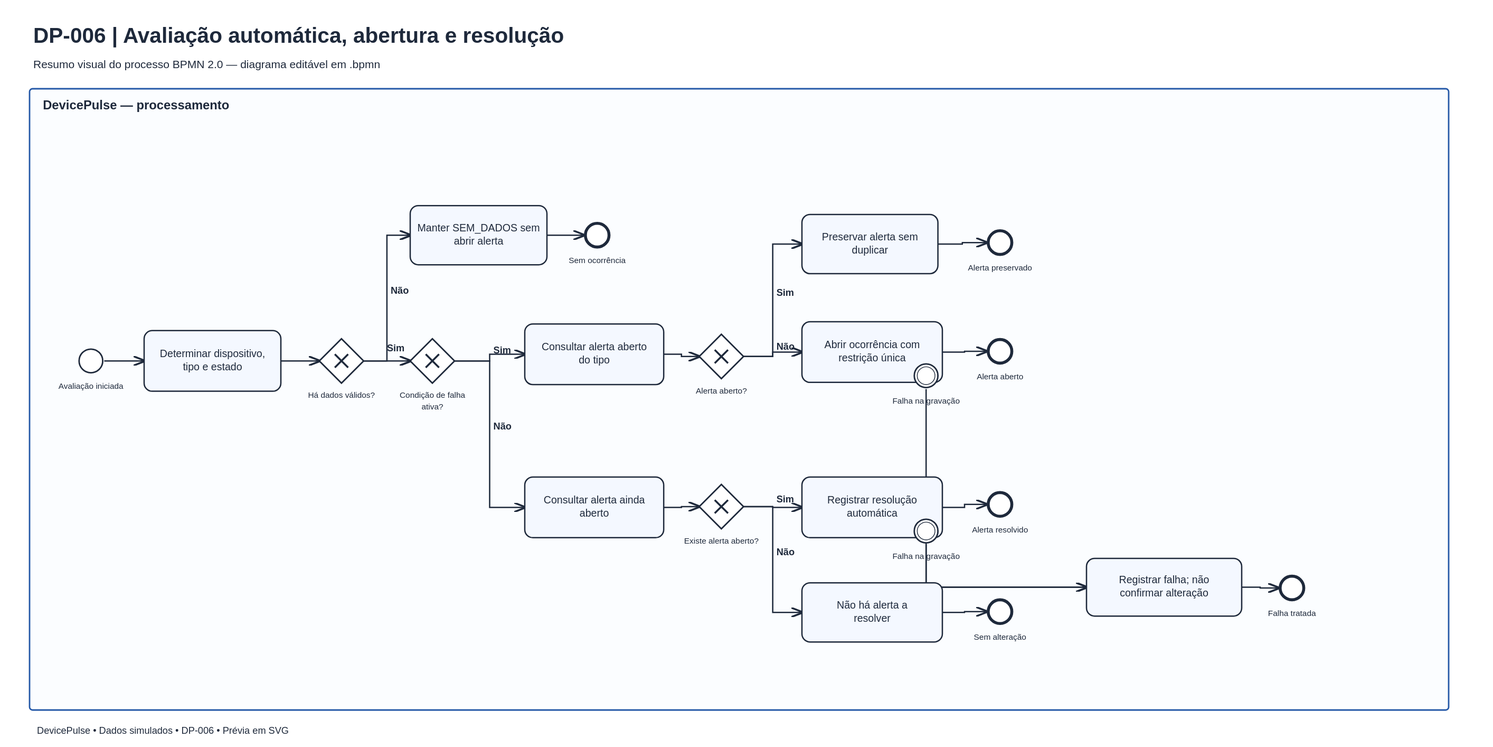
This is docs/bpmn/06-avaliacao-alertas.svg from agiovannamendes/devicepulse, a BPMN export, as it was before one commit. Its source is kept beside it as docs/bpmn/06-avaliacao-alertas.bpmn. Ids are renumbered.
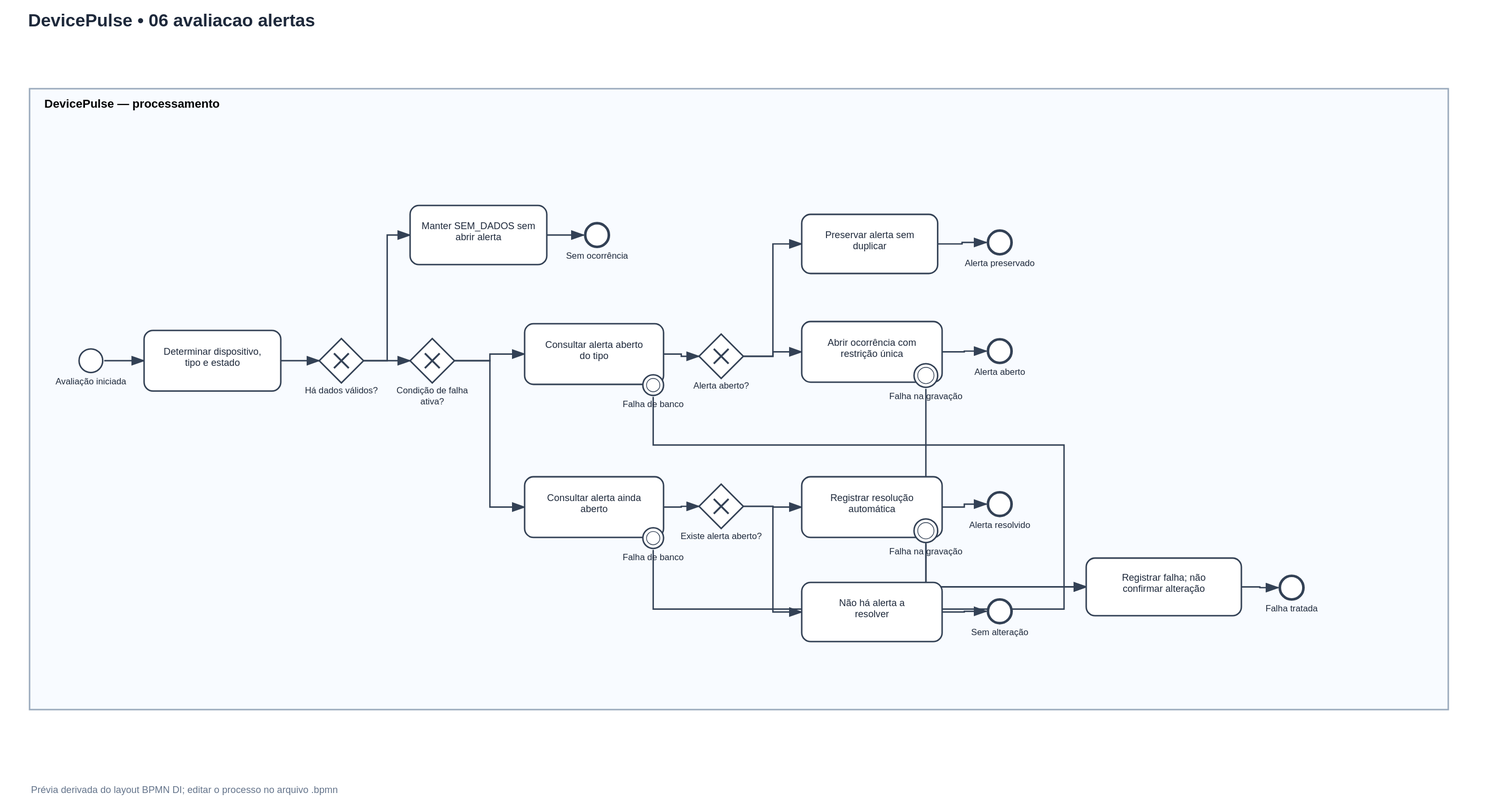
The same diagram one commit later.

What changed in the source:
```diff
@@ -23,7 +23,7 @@
     <bpmn:endEvent id="End_Resolvido" name="Alerta resolvido"><bpmn:incoming>Flow_TaskResolver_EndResolvido</bpmn:incoming></bpmn:endEvent>
     <bpmn:task id="Task_NenhumaAcao" name="Não há alerta a resolver"><bpmn:incoming>Flow_GatewayResolver_TaskNenhumaAcao</bpmn:incoming><bpmn:outgoing>Flow_TaskNenhumaAcao_EndNenhumaAcao</bpmn:outgoing></bpmn:task>
     <bpmn:endEvent id="End_NenhumaAcao" name="Sem alteração"><bpmn:incoming>Flow_TaskNenhumaAcao_EndNenhumaAcao</bpmn:incoming></bpmn:endEvent>
-    <bpmn:task id="Task_RegistrarFalha" name="Registrar falha; não confirmar alteração"><bpmn:incoming>Flow_BoundaryErroAbrir_TaskRegistrarFalha</bpmn:incoming><bpmn:incoming>Flow_BoundaryErroResolver_TaskRegistrarFalha</bpmn:incoming><bpmn:outgoing>Flow_TaskRegistrarFalha_EndErro</bpmn:outgoing></bpmn:task>
+    <bpmn:task id="Task_RegistrarFalha" name="Registrar falha; não confirmar alteração"><bpmn:incoming>Flow_DP007_DB_Task_ConsultarNormal</bpmn:incoming><bpmn:incoming>Flow_DP007_DB_Task_ConsultarAberto</bpmn:incoming><bpmn:incoming>Flow_BoundaryErroAbrir_TaskRegistrarFalha</bpmn:incoming><bpmn:incoming>Flow_BoundaryErroResolver_TaskRegistrarFalha</bpmn:incoming><bpmn:outgoing>Flow_TaskRegistrarFalha_EndErro</bpmn:outgoing></bpmn:task>
     <bpmn:endEvent id="End_Erro" name="Falha tratada"><bpmn:incoming>Flow_TaskRegistrarFalha_EndErro</bpmn:incoming></bpmn:endEvent>
     <bpmn:sequenceFlow id="Flow_StartEvaluate_TaskDeterminarTipo" sourceRef="Start_Evaluate" targetRef="Task_DeterminarTipo"/>
     <bpmn:sequenceFlow id="Flow_TaskDeterminarTipo_GatewayTemDados" sourceRef="Task_DeterminarTipo" targetRef="Gateway_TemDados"/>
@@ -45,6 +45,10 @@
     <bpmn:sequenceFlow id="Flow_BoundaryErroAbrir_TaskRegistrarFalha" sourceRef="Boundary_ErroAbrir" targetRef="Task_RegistrarFalha"/>
     <bpmn:sequenceFlow id="Flow_BoundaryErroResolver_TaskRegistrarFalha" sourceRef="Boundary_ErroResolver" targetRef="Task_RegistrarFalha"/>
     <bpmn:sequenceFlow id="Flow_TaskRegistrarFalha_EndErro" sourceRef="Task_RegistrarFalha" targetRef="End_Erro"/>
+    <bpmn:boundaryEvent id="Boundary_DB_DP007_Task_ConsultarAberto" name="Falha de banco" attachedToRef="Task_ConsultarAberto" cancelActivity="true"><bpmn:outgoing>Flow_DP007_DB_Task_ConsultarAberto</bpmn:outgoing><bpmn:errorEventDefinition id="ErrorDef_Boundary_DB_DP007_Task_ConsultarAberto" errorRef="Error_avaliacao-alertas"/></bpmn:boundaryEvent>
+    <bpmn:sequenceFlow id="Flow_DP007_DB_Task_ConsultarAberto" sourceRef="Boundary_DB_DP007_Task_ConsultarAberto" targetRef="Task_RegistrarFalha"/>
+    <bpmn:boundaryEvent id="Boundary_DB_DP007_Task_ConsultarNormal" name="Falha de banco" attachedToRef="Task_ConsultarNormal" cancelActivity="true"><bpmn:outgoing>Flow_DP007_DB_Task_ConsultarNormal</bpmn:outgoing><bpmn:errorEventDefinition id="ErrorDef_Boundary_DB_DP007_Task_ConsultarNormal" errorRef="Error_avaliacao-alertas"/></bpmn:boundaryEvent>
+    <bpmn:sequenceFlow id="Flow_DP007_DB_Task_ConsultarNormal" sourceRef="Boundary_DB_DP007_Task_ConsultarNormal" targetRef="Task_RegistrarFalha"/>
   </bpmn:process>
   <bpmndi:BPMNDiagram id="Diagram_avaliacao-alertas">
     <bpmndi:BPMNPlane id="Plane_avaliacao-alertas" bpmnElement="Collaboration_avaliacao-alertas">
@@ -93,6 +97,10 @@
       <bpmndi:BPMNEdge id="Edge_Flow_BoundaryErroResolver_TaskRegistrarFalha" bpmnElement="Flow_BoundaryErroResolver_TaskRegistrarFalha"><di:waypoint x="1253" y="736"/><di:waypoint x="1253" y="794"/><di:waypoint x="1470" y="794"/></bpmndi:BPMNEdge>
       <bpmndi:BPMNEdge id="Edge_Flow_TaskRegistrarFalha_EndErro" bpmnElement="Flow_TaskRegistrarFalha_EndErro"><di:waypoint x="1680" y="794"/><di:waypoint x="1705" y="794"/><di:waypoint x="1705" y="795"/><di:waypoint x="1730" y="795"/></bpmndi:BPMNEdge>
 
+      <bpmndi:BPMNShape id="Shape_Boundary_DB_DP007_Task_ConsultarAberto" bpmnElement="Boundary_DB_DP007_Task_ConsultarAberto"><dc:Bounds x="868" y="505" width="32" height="32"/></bpmndi:BPMNShape>
+      <bpmndi:BPMNEdge id="Edge_Flow_DP007_DB_Task_ConsultarAberto" bpmnElement="Flow_DP007_DB_Task_ConsultarAberto"><di:waypoint x="884" y="537"/><di:waypoint x="884" y="602"/><di:waypoint x="1440" y="602"/><di:waypoint x="1440" y="794"/><di:waypoint x="1470" y="794"/></bpmndi:BPMNEdge>
+      <bpmndi:BPMNShape id="Shape_Boundary_DB_DP007_Task_ConsultarNormal" bpmnElement="Boundary_DB_DP007_Task_ConsultarNormal"><dc:Bounds x="868" y="712" width="32" height="32"/></bpmndi:BPMNShape>
+      <bpmndi:BPMNEdge id="Edge_Flow_DP007_DB_Task_ConsultarNormal" bpmnElement="Flow_DP007_DB_Task_ConsultarNormal"><di:waypoint x="884" y="744"/><di:waypoint x="884" y="824"/><di:waypoint x="1440" y="824"/><di:waypoint x="1440" y="794"/><di:waypoint x="1470" y="794"/></bpmndi:BPMNEdge>
     </bpmndi:BPMNPlane>
   </bpmndi:BPMNDiagram>
 </bpmn:definitions>
```
